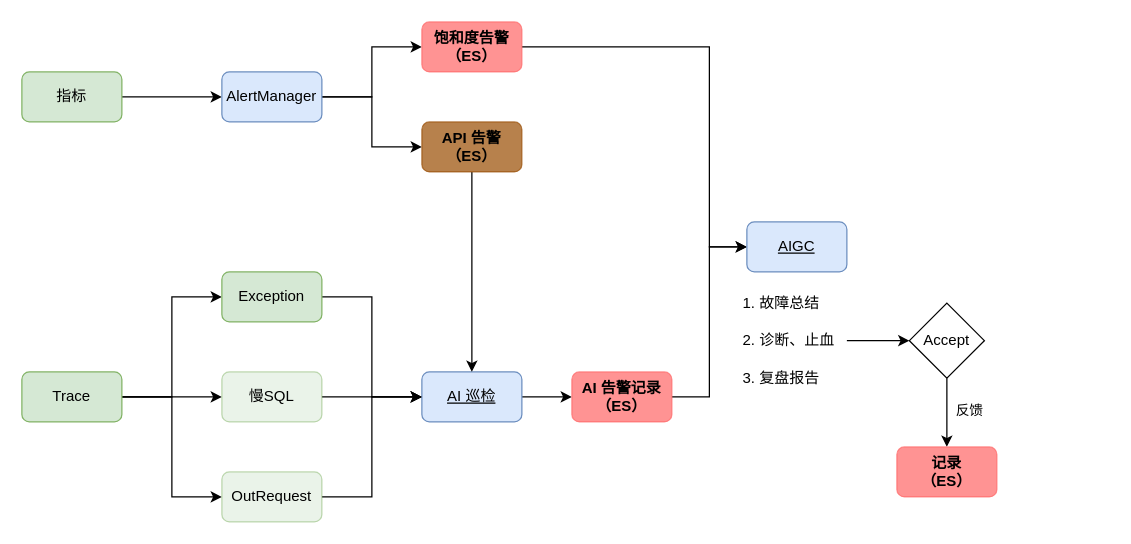
The draw.io diagram page "AI Journey" (6 of 6) of Sre-Pilot.drawio in Allen9797/WorkZone, before the edit. Source tidied: cells renumbered, new cells numbered last; positions are measured from the earlier drawing's top-left corner, leaving out a move shared by most shapes. Both pictures are drawn from the tidied source at 125%, with x=0, y=0 at pixel (21, 21).
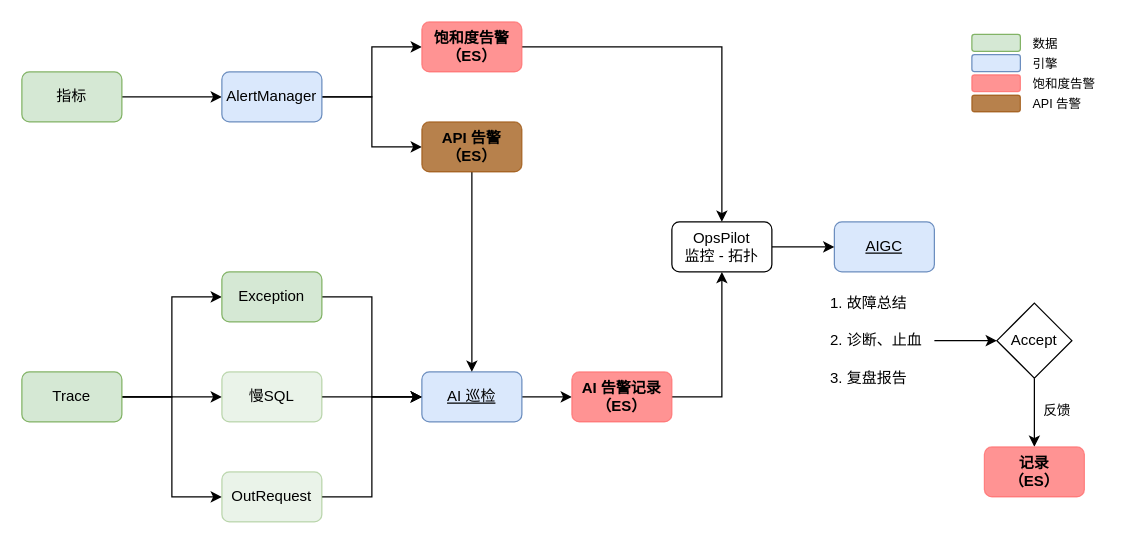
The same diagram, later.

Unchanged cells that the change refers to:
```xml
<mxCell id="8" value="饱和度告警（ES）" style="rounded=1;whiteSpace=wrap;html=1;fillColor=#FF6666;strokeColor=#FF6666;fontStyle=1;opacity=70;" parent="1" vertex="1">
  <mxGeometry x="320" width="80" height="40" as="geometry" />
</mxCell>
<mxCell id="22" value="AI 告警记录&lt;div&gt;（ES）&lt;/div&gt;" style="rounded=1;whiteSpace=wrap;html=1;fillColor=#FF6666;strokeColor=#FF6666;fontStyle=1;opacity=70;" parent="1" vertex="1">
  <mxGeometry x="440" y="280" width="80" height="40" as="geometry" />
</mxCell>
```

Change to the diagram source:
```diff
@@
-    <mxCell id="7" style="edgeStyle=orthogonalEdgeStyle;rounded=0;jettySize=auto;html=1;exitX=1;exitY=0.5;exitDx=0;exitDy=0;entryX=0;entryY=0.5;entryDx=0;entryDy=0;" parent="1" edge="1" source="8" target="26">
-      <mxGeometry relative="1" as="geometry">
-        <Array as="points">
-          <mxPoint x="550" y="20" />
-          <mxPoint x="550" y="180" />
-        </Array>
-      </mxGeometry>
-    </mxCell>
+    <mxCell id="34" style="edgeStyle=orthogonalEdgeStyle;rounded=0;jettySize=auto;html=1;exitX=1;exitY=0.5;exitDx=0;exitDy=0;" parent="1" edge="1" source="8" target="46">
+      <mxGeometry relative="1" as="geometry" />
+    </mxCell>
@@
-    <mxCell id="21" style="edgeStyle=orthogonalEdgeStyle;rounded=0;jettySize=auto;html=1;exitX=1;exitY=0.5;exitDx=0;exitDy=0;entryX=0;entryY=0.5;entryDx=0;entryDy=0;" parent="1" edge="1" source="22" target="26">
-      <mxGeometry relative="1" as="geometry" />
-    </mxCell>
+    <mxCell id="35" style="edgeStyle=orthogonalEdgeStyle;rounded=0;jettySize=auto;html=1;exitX=1;exitY=0.5;exitDx=0;exitDy=0;" parent="1" edge="1" source="22" target="46">
+      <mxGeometry relative="1" as="geometry" />
+    </mxCell>
@@
     <mxCell id="26" value="AIGC" style="rounded=1;whiteSpace=wrap;html=1;fillColor=#dae8fc;strokeColor=#6c8ebf;fontStyle=4;" parent="1" vertex="1">
-      <mxGeometry x="580" y="160" width="80" height="40" as="geometry" />
+      <mxGeometry x="650" y="160" width="80" height="40" as="geometry" />
     </mxCell>
     <mxCell id="27" value="1. 故障总结" style="text;html=1;align=left;verticalAlign=middle;whiteSpace=wrap;rounded=0;" parent="1" vertex="1">
-      <mxGeometry x="575" y="210" width="85" height="30" as="geometry" />
+      <mxGeometry x="645" y="210" width="85" height="30" as="geometry" />
     </mxCell>
     <mxCell id="28" value="2. 诊断、止血" style="text;html=1;align=left;verticalAlign=middle;whiteSpace=wrap;rounded=0;" parent="1" vertex="1">
-      <mxGeometry x="575" y="240" width="85" height="30" as="geometry" />
+      <mxGeometry x="645" y="240" width="85" height="30" as="geometry" />
     </mxCell>
     <mxCell id="29" value="3. 复盘报告" style="text;html=1;align=left;verticalAlign=middle;whiteSpace=wrap;rounded=0;" parent="1" vertex="1">
-      <mxGeometry x="575" y="270" width="85" height="30" as="geometry" />
+      <mxGeometry x="645" y="270" width="85" height="30" as="geometry" />
     </mxCell>
@@
     <mxCell id="32" value="Accept" style="rhombus;whiteSpace=wrap;html=1;" parent="1" vertex="1">
-      <mxGeometry x="710" y="225" width="60" height="60" as="geometry" />
+      <mxGeometry x="780" y="225" width="60" height="60" as="geometry" />
     </mxCell>
     <mxCell id="33" value="记录&lt;div&gt;（ES）&lt;/div&gt;" style="rounded=1;whiteSpace=wrap;html=1;fillColor=#FF6666;strokeColor=#FF6666;fontStyle=1;opacity=70;" parent="1" vertex="1">
-      <mxGeometry x="700" y="340" width="80" height="40" as="geometry" />
+      <mxGeometry x="770" y="340" width="80" height="40" as="geometry" />
     </mxCell>
+    <mxCell id="36" style="group;" parent="1" vertex="1">
+      <mxGeometry x="760" y="10" width="110" height="62" as="geometry" />
+    </mxCell>
+    <mxCell id="37" style="rounded=1;whiteSpace=wrap;html=1;fillColor=#dae8fc;strokeColor=#6c8ebf;fontStyle=4;" parent="36" vertex="1">
+      <mxGeometry y="16.2" width="38.8" height="13.5" as="geometry" />
+    </mxCell>
+    <mxCell id="38" style="rounded=1;whiteSpace=wrap;html=1;fillColor=#FF6666;strokeColor=#FF6666;fontStyle=1;opacity=70;" parent="36" vertex="1">
+      <mxGeometry y="32.3" width="38.8" height="13.5" as="geometry" />
+    </mxCell>
+    <mxCell id="39" style="rounded=1;whiteSpace=wrap;html=1;fillColor=#994C00;strokeColor=#994C00;fontStyle=1;opacity=70;" parent="36" vertex="1">
+      <mxGeometry y="48.5" width="38.8" height="13.5" as="geometry" />
+    </mxCell>
+    <mxCell id="40" style="rounded=1;whiteSpace=wrap;html=1;fillColor=#d5e8d4;strokeColor=#82b366;" parent="36" vertex="1">
+      <mxGeometry width="38.8" height="13.5" as="geometry" />
+    </mxCell>
+    <mxCell id="41" value="数据" style="text;html=1;align=left;verticalAlign=middle;whiteSpace=wrap;rounded=0;fontStyle=0;fontSize=10;" parent="36" vertex="1">
+      <mxGeometry x="46.5" width="38.8" height="13.5" as="geometry" />
+    </mxCell>
+    <mxCell id="42" value="引擎" style="text;html=1;align=left;verticalAlign=middle;whiteSpace=wrap;rounded=0;fontStyle=0;fontSize=10;" parent="36" vertex="1">
+      <mxGeometry x="46.5" y="16.2" width="38.8" height="13.5" as="geometry" />
+    </mxCell>
+    <mxCell id="43" value="&lt;span style=&quot;font-size: 10px;&quot;&gt;饱和度告警&lt;/span&gt;" style="text;html=1;align=left;verticalAlign=middle;whiteSpace=wrap;rounded=0;fontStyle=0;fontSize=10;" parent="36" vertex="1">
+      <mxGeometry x="46.5" y="32.4" width="63.5" height="13.5" as="geometry" />
+    </mxCell>
+    <mxCell id="44" value="&lt;span style=&quot;font-size: 10px;&quot;&gt;API 告警&lt;/span&gt;" style="text;html=1;align=left;verticalAlign=middle;whiteSpace=wrap;rounded=0;fontStyle=0;fontSize=10;" parent="36" vertex="1">
+      <mxGeometry x="46.5" y="48.5" width="54.3" height="13.5" as="geometry" />
+    </mxCell>
+    <mxCell id="45" style="edgeStyle=orthogonalEdgeStyle;rounded=0;jettySize=auto;html=1;exitX=1;exitY=0.5;exitDx=0;exitDy=0;entryX=0;entryY=0.5;entryDx=0;entryDy=0;" parent="1" edge="1" source="46" target="26">
+      <mxGeometry relative="1" as="geometry" />
+    </mxCell>
+    <mxCell id="46" value="OpsPilot&lt;div&gt;监控 - 拓扑&lt;/div&gt;" style="rounded=1;whiteSpace=wrap;html=1;fontStyle=0;" parent="1" vertex="1">
+      <mxGeometry x="520" y="160" width="80" height="40" as="geometry" />
+    </mxCell>
```
